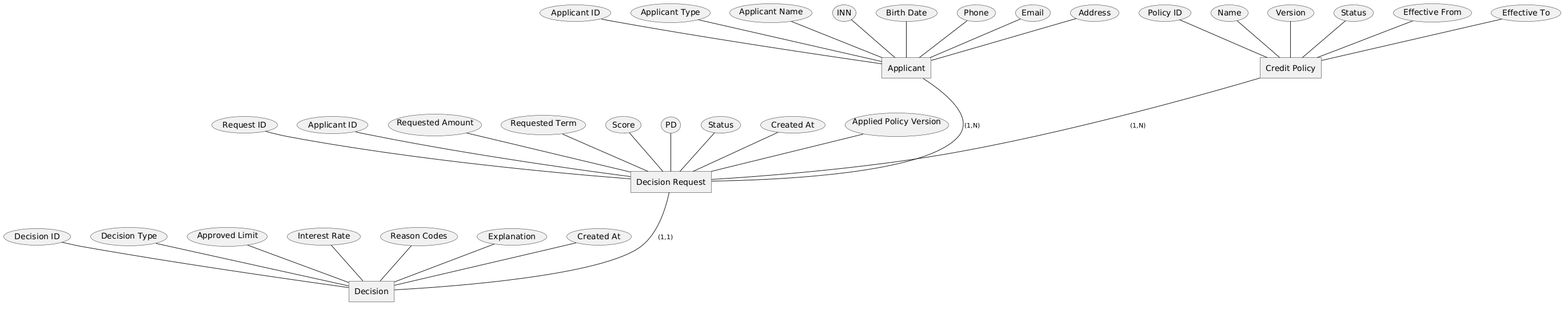
The PlantUML diagram ERD/conceptual-level/diagram.png in kusikx/scoring-system, before a commit. Source of this version:
```plantuml
@startchen ERD

entity "Decision Request" as DecisionRequest {
    Request ID
    Applicant ID
    Requested Amount
    Requested Term
    Score
    PD
    Status
    Created At
    Applied Policy Version
}

entity Applicant {
    Applicant ID
    Applicant Type
    Applicant Name
    INN
    Birth Date
    Phone
    Email
    Address
}

entity "Decision" as Decision {
    Decision ID
    Decision Type
    Approved Limit
    Interest Rate
    Reason Codes
    Explanation
    Created At
}

entity "Credit Policy" as CreditPolicy {
    Policy ID
    Name
    Version
    Status
    Effective From
    Effective To
}

CreditPolicy -(1,N)- DecisionRequest
DecisionRequest -(1,1)- Decision
Applicant -(1,N)- DecisionRequest

@endchen
```
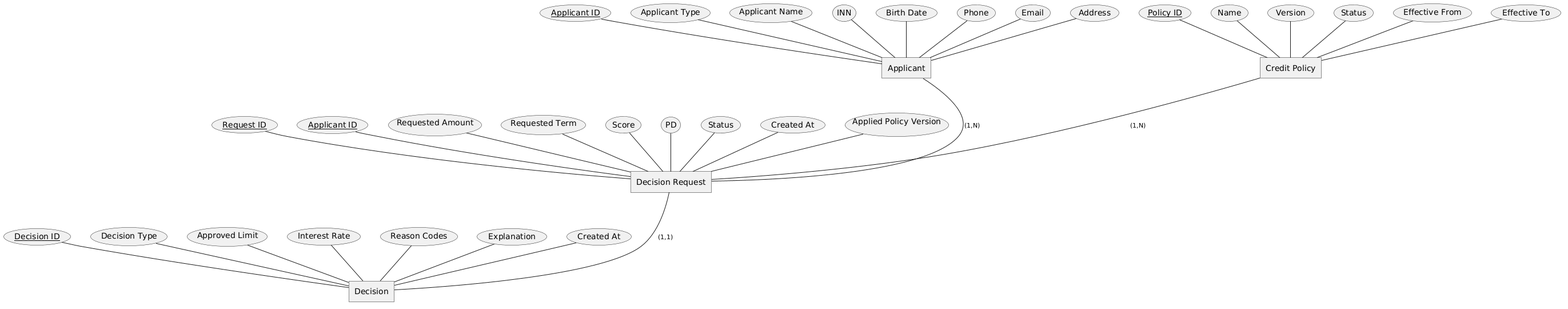
The same diagram one commit later.

Commit message:
add readme for erd, correct rules defenition across all ERD levels

Change to the diagram source:
```diff
@@ -1,8 +1,8 @@
 @startchen ERD
 
 entity "Decision Request" as DecisionRequest {
-    Request ID
-    Applicant ID
+    Request ID <<key>>
+    Applicant ID <<key>>
     Requested Amount
     Requested Term
     Score
@@ -13,7 +13,7 @@
 }
 
 entity Applicant {
-    Applicant ID
+    Applicant ID <<key>>
     Applicant Type
     Applicant Name
     INN
@@ -24,7 +24,7 @@
 }
 
 entity "Decision" as Decision {
-    Decision ID
+    Decision ID <<key>>
     Decision Type
     Approved Limit
     Interest Rate
@@ -34,7 +34,7 @@
 }
 
 entity "Credit Policy" as CreditPolicy {
-    Policy ID
+    Policy ID <<key>>
     Name
     Version
     Status
```
